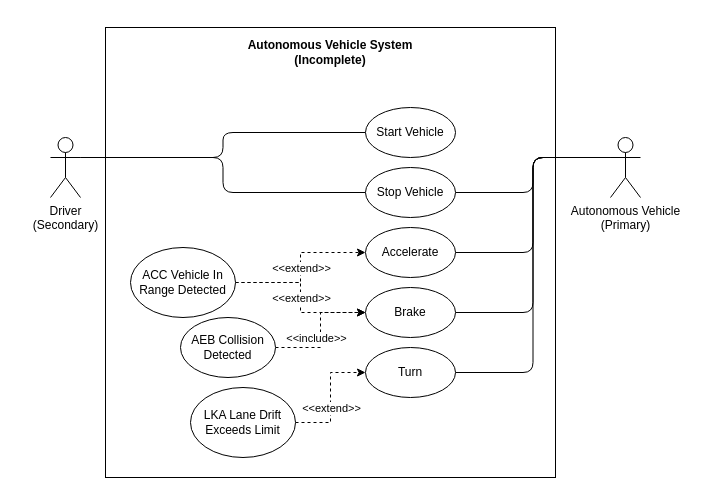
Earlier version of the draw.io diagram diagrams/UseCaseDiagram_m2a2.drawio (turbits/essex-m2a2). Source tidied: cells renumbered, new cells numbered last; positions are measured from the earlier drawing's top-left corner, leaving out a move shared by most shapes. Both pictures are drawn from the tidied source at 100%, with x=0, y=0 at pixel (50, 27).
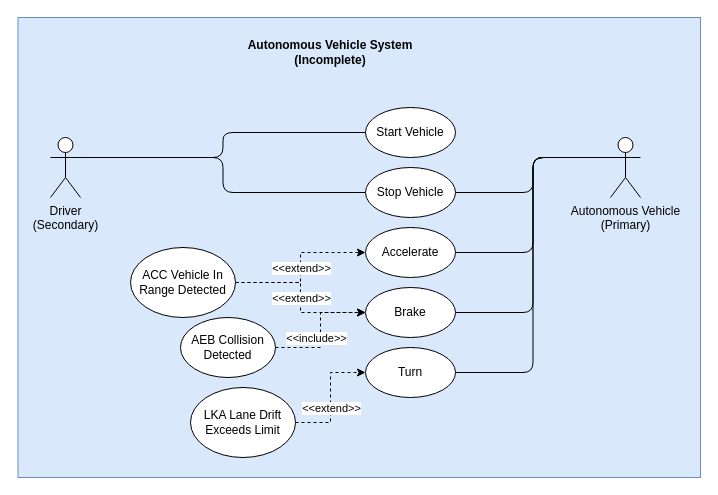
After the change.

Change to the diagram source:
```diff
@@
-    <mxCell id="2" style="whiteSpace=wrap;html=1;" parent="1" vertex="1">
-      <mxGeometry x="55" width="450" height="450" as="geometry" />
+    <mxCell id="2" style="whiteSpace=wrap;html=1;fillColor=#dae8fc;strokeColor=#6c8ebf;" parent="1" vertex="1">
+      <mxGeometry x="-32.5" y="-10" width="682.5" height="460" as="geometry" />
     </mxCell>
```
